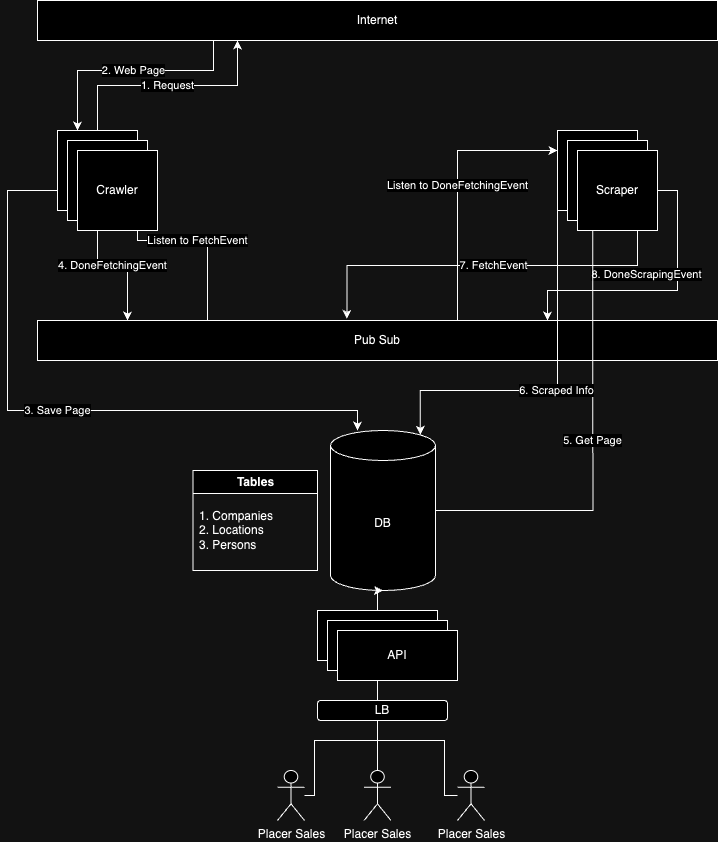
Earlier version of the draw.io export docs/edos.png (naphtul/edos-lead-generation). Source tidied: cells renumbered, new cells last; positions are measured from the earlier drawing's top-left corner, leaving out a move shared by most shapes. Source of this version:
```xml
<mxGraphModel>
  <root>
    <mxCell id="0" />
    <mxCell id="1" parent="0" />
    <mxCell id="2" value="DB" style="shape=cylinder3;whiteSpace=wrap;html=1;boundedLbl=1;backgroundOutline=1;size=15;" parent="1" vertex="1">
      <mxGeometry x="323" y="430" width="105" height="160" as="geometry" />
    </mxCell>
    <mxCell id="3" value="Listen to FetchEvent" style="edgeStyle=orthogonalEdgeStyle;rounded=0;jettySize=auto;html=1;exitX=0.25;exitY=0;exitDx=0;exitDy=0;entryX=1;entryY=1;entryDx=0;entryDy=0;" parent="1" edge="1" source="5" target="9">
      <mxGeometry relative="1" as="geometry">
        <Array as="points">
          <mxPoint x="200" y="240" />
          <mxPoint x="130" y="240" />
        </Array>
      </mxGeometry>
    </mxCell>
    <mxCell id="4" value="Listen to DoneFetchingEvent" style="edgeStyle=orthogonalEdgeStyle;rounded=0;jettySize=auto;html=1;" parent="1" edge="1" source="5" target="11">
      <mxGeometry relative="1" as="geometry">
        <Array as="points">
          <mxPoint x="450" y="150" />
        </Array>
      </mxGeometry>
    </mxCell>
    <mxCell id="5" value="Pub Sub" style="rounded=0;whiteSpace=wrap;html=1;" parent="1" vertex="1">
      <mxGeometry x="30" y="320" width="680" height="40" as="geometry" />
    </mxCell>
    <mxCell id="6" value="1. Request" style="edgeStyle=orthogonalEdgeStyle;rounded=0;jettySize=auto;html=1;" parent="1" edge="1" source="9" target="13">
      <mxGeometry relative="1" as="geometry">
        <Array as="points">
          <mxPoint x="90" y="85" />
          <mxPoint x="230" y="85" />
        </Array>
      </mxGeometry>
    </mxCell>
    <mxCell id="7" value="4. DoneFetchingEvent" style="edgeStyle=orthogonalEdgeStyle;rounded=0;jettySize=auto;html=1;" parent="1" edge="1" source="9" target="5">
      <mxGeometry relative="1" as="geometry">
        <Array as="points">
          <mxPoint x="90" y="265" />
          <mxPoint x="120" y="265" />
        </Array>
      </mxGeometry>
    </mxCell>
    <mxCell id="8" value="3. Save Page" style="edgeStyle=orthogonalEdgeStyle;rounded=0;jettySize=auto;html=1;exitX=0;exitY=0.75;exitDx=0;exitDy=0;" parent="1" edge="1" source="9" target="2">
      <mxGeometry relative="1" as="geometry">
        <Array as="points">
          <mxPoint y="190" />
          <mxPoint y="410" />
          <mxPoint x="350" y="410" />
        </Array>
      </mxGeometry>
    </mxCell>
    <mxCell id="9" value="Crawler" style="whiteSpace=wrap;html=1;" parent="1" vertex="1">
      <mxGeometry x="50" y="130" width="80" height="80" as="geometry" />
    </mxCell>
    <mxCell id="10" value="8. DoneScrapingEvent" style="edgeStyle=orthogonalEdgeStyle;rounded=0;jettySize=auto;html=1;exitX=1;exitY=0.75;exitDx=0;exitDy=0;entryX=0.75;entryY=0;entryDx=0;entryDy=0;" parent="1" edge="1" source="11" target="5">
      <mxGeometry x="0.14" y="-16" relative="1" as="geometry">
        <Array as="points">
          <mxPoint x="670" y="190" />
          <mxPoint x="670" y="290" />
          <mxPoint x="540" y="290" />
        </Array>
      </mxGeometry>
    </mxCell>
    <mxCell id="11" value="Scraper" style="whiteSpace=wrap;html=1;" parent="1" vertex="1">
      <mxGeometry x="550" y="130" width="80" height="80" as="geometry" />
    </mxCell>
    <mxCell id="12" value="2. Web Page" style="edgeStyle=orthogonalEdgeStyle;rounded=0;jettySize=auto;html=1;exitX=0.25;exitY=1;exitDx=0;exitDy=0;entryX=0.25;entryY=0;entryDx=0;entryDy=0;" parent="1" edge="1" source="13" target="9">
      <mxGeometry relative="1" as="geometry">
        <Array as="points">
          <mxPoint x="206" y="70" />
          <mxPoint x="70" y="70" />
        </Array>
      </mxGeometry>
    </mxCell>
    <mxCell id="13" value="Internet" style="rounded=0;whiteSpace=wrap;html=1;" parent="1" vertex="1">
      <mxGeometry x="30" width="680" height="40" as="geometry" />
    </mxCell>
    <mxCell id="14" value="5. Get Page" style="edgeStyle=orthogonalEdgeStyle;rounded=0;jettySize=auto;html=1;entryX=0.442;entryY=1.037;entryDx=0;entryDy=0;entryPerimeter=0;" parent="1" edge="1" source="2" target="11">
      <mxGeometry relative="1" as="geometry" />
    </mxCell>
    <mxCell id="15" value="7. FetchEvent" style="edgeStyle=orthogonalEdgeStyle;rounded=0;jettySize=auto;html=1;exitX=1;exitY=1;exitDx=0;exitDy=0;entryX=0.455;entryY=-0.042;entryDx=0;entryDy=0;entryPerimeter=0;" parent="1" edge="1" source="11" target="5">
      <mxGeometry relative="1" as="geometry" />
    </mxCell>
    <mxCell id="16" value="Tables" style="swimlane;whiteSpace=wrap;html=1;" parent="1" vertex="1">
      <mxGeometry x="185.5" y="470" width="124.5" height="100" as="geometry" />
    </mxCell>
    <mxCell id="17" value="1. Companies&lt;br&gt;2. Locations&lt;br&gt;3. Persons" style="text;html=1;align=left;verticalAlign=middle;strokeColor=none;fillColor=none;" parent="16" vertex="1">
      <mxGeometry x="4.5" y="30" width="100" height="60" as="geometry" />
    </mxCell>
    <mxCell id="18" value="API" style="rounded=0;whiteSpace=wrap;html=1;" parent="1" vertex="1">
      <mxGeometry x="310" y="610" width="120" height="50" as="geometry" />
    </mxCell>
    <mxCell id="19" style="edgeStyle=orthogonalEdgeStyle;rounded=0;jettySize=auto;html=1;entryX=0.5;entryY=1;entryDx=0;entryDy=0;entryPerimeter=0;" parent="1" edge="1" source="18" target="2">
      <mxGeometry relative="1" as="geometry" />
    </mxCell>
    <mxCell id="20" style="edgeStyle=orthogonalEdgeStyle;rounded=0;jettySize=auto;html=1;" parent="1" edge="1" source="21" target="18">
      <mxGeometry relative="1" as="geometry">
        <Array as="points">
          <mxPoint x="307" y="740" />
          <mxPoint x="370" y="740" />
        </Array>
      </mxGeometry>
    </mxCell>
    <mxCell id="21" value="Placer Sales" style="shape=umlActor;verticalLabelPosition=bottom;verticalAlign=top;html=1;outlineConnect=0;" parent="1" vertex="1">
      <mxGeometry x="270" y="770" width="27" height="50" as="geometry" />
    </mxCell>
    <mxCell id="22" style="edgeStyle=orthogonalEdgeStyle;rounded=0;jettySize=auto;html=1;" parent="1" edge="1" source="23" target="18">
      <mxGeometry relative="1" as="geometry" />
    </mxCell>
    <mxCell id="23" value="Placer Sales" style="shape=umlActor;verticalLabelPosition=bottom;verticalAlign=top;html=1;outlineConnect=0;" parent="1" vertex="1">
      <mxGeometry x="356.5" y="770" width="27" height="50" as="geometry" />
    </mxCell>
    <mxCell id="24" style="edgeStyle=orthogonalEdgeStyle;rounded=0;jettySize=auto;html=1;" parent="1" edge="1" source="25" target="18">
      <mxGeometry relative="1" as="geometry">
        <Array as="points">
          <mxPoint x="437" y="740" />
          <mxPoint x="370" y="740" />
        </Array>
      </mxGeometry>
    </mxCell>
    <mxCell id="25" value="Placer Sales" style="shape=umlActor;verticalLabelPosition=bottom;verticalAlign=top;html=1;outlineConnect=0;" parent="1" vertex="1">
      <mxGeometry x="450" y="770" width="27" height="50" as="geometry" />
    </mxCell>
    <mxCell id="26" value="API" style="rounded=0;whiteSpace=wrap;html=1;" parent="1" vertex="1">
      <mxGeometry x="320" y="620" width="120" height="50" as="geometry" />
    </mxCell>
    <mxCell id="27" value="API" style="rounded=0;whiteSpace=wrap;html=1;" parent="1" vertex="1">
      <mxGeometry x="330" y="630" width="120" height="50" as="geometry" />
    </mxCell>
    <mxCell id="28" value="LB" style="rounded=1;whiteSpace=wrap;html=1;" parent="1" vertex="1">
      <mxGeometry x="310" y="700" width="130" height="20" as="geometry" />
    </mxCell>
    <mxCell id="29" value="Scraper" style="whiteSpace=wrap;html=1;" parent="1" vertex="1">
      <mxGeometry x="560" y="140" width="80" height="80" as="geometry" />
    </mxCell>
    <mxCell id="30" value="Scraper" style="whiteSpace=wrap;html=1;" parent="1" vertex="1">
      <mxGeometry x="570" y="150" width="80" height="80" as="geometry" />
    </mxCell>
    <mxCell id="31" value="Crawler" style="whiteSpace=wrap;html=1;" parent="1" vertex="1">
      <mxGeometry x="60" y="140" width="80" height="80" as="geometry" />
    </mxCell>
    <mxCell id="32" value="Crawler" style="whiteSpace=wrap;html=1;" parent="1" vertex="1">
      <mxGeometry x="70" y="150" width="80" height="80" as="geometry" />
    </mxCell>
    <mxCell id="33" value="6. Scraped Info" style="edgeStyle=orthogonalEdgeStyle;rounded=0;jettySize=auto;html=1;exitX=0;exitY=1;exitDx=0;exitDy=0;entryX=0.855;entryY=0;entryDx=0;entryDy=4.35;entryPerimeter=0;" parent="1" edge="1" source="11" target="2">
      <mxGeometry relative="1" as="geometry">
        <Array as="points">
          <mxPoint x="550" y="390" />
          <mxPoint x="413" y="390" />
        </Array>
      </mxGeometry>
    </mxCell>
  </root>
</mxGraphModel>
```
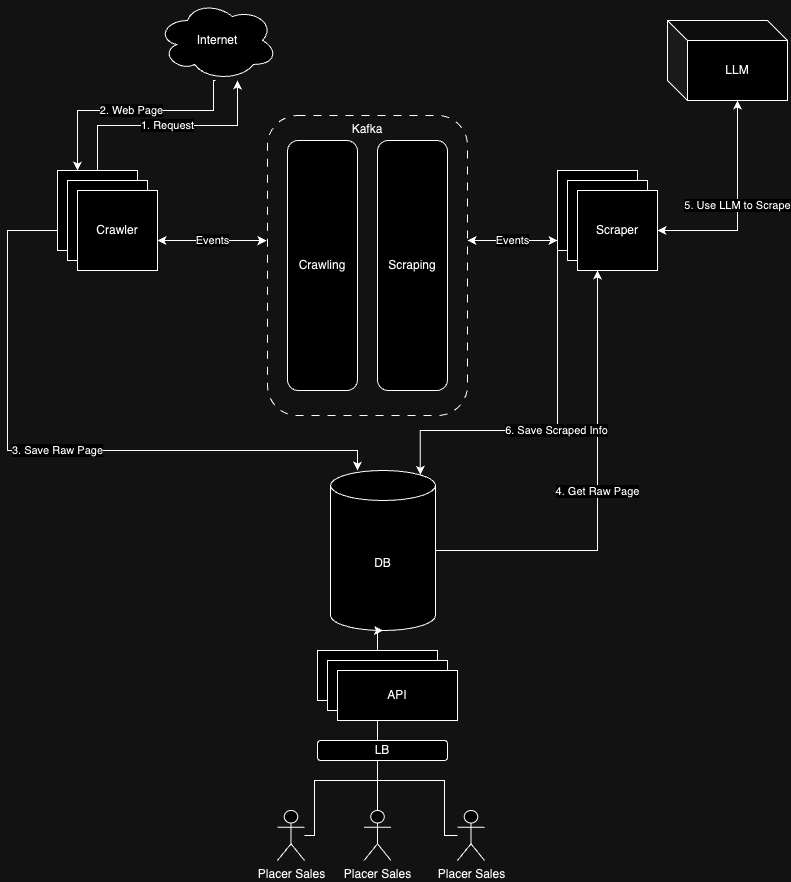
The same diagram one commit later.

The edit, as a diff of the source:
```diff
@@ -5,41 +5,19 @@
     <mxCell id="2" value="DB" style="shape=cylinder3;whiteSpace=wrap;html=1;boundedLbl=1;backgroundOutline=1;size=15;" parent="1" vertex="1">
       <mxGeometry x="323" y="430" width="105" height="160" as="geometry" />
     </mxCell>
-    <mxCell id="3" value="Listen to FetchEvent" style="edgeStyle=orthogonalEdgeStyle;rounded=0;jettySize=auto;html=1;exitX=0.25;exitY=0;exitDx=0;exitDy=0;entryX=1;entryY=1;entryDx=0;entryDy=0;" parent="1" edge="1" source="5" target="9">
-      <mxGeometry relative="1" as="geometry">
-        <Array as="points">
-          <mxPoint x="200" y="240" />
-          <mxPoint x="130" y="240" />
-        </Array>
-      </mxGeometry>
-    </mxCell>
-    <mxCell id="4" value="Listen to DoneFetchingEvent" style="edgeStyle=orthogonalEdgeStyle;rounded=0;jettySize=auto;html=1;" parent="1" edge="1" source="5" target="11">
-      <mxGeometry relative="1" as="geometry">
-        <Array as="points">
-          <mxPoint x="450" y="150" />
-        </Array>
-      </mxGeometry>
-    </mxCell>
-    <mxCell id="5" value="Pub Sub" style="rounded=0;whiteSpace=wrap;html=1;" parent="1" vertex="1">
-      <mxGeometry x="30" y="320" width="680" height="40" as="geometry" />
+    <mxCell id="5" value="Kafka" style="rounded=1;whiteSpace=wrap;html=1;dashed=1;dashPattern=8 8;gradientColor=none;fillColor=none;verticalAlign=top;" parent="1" vertex="1">
+      <mxGeometry x="260" y="75" width="200" height="300" as="geometry" />
     </mxCell>
-    <mxCell id="6" value="1. Request" style="edgeStyle=orthogonalEdgeStyle;rounded=0;jettySize=auto;html=1;" parent="1" edge="1" source="9" target="13">
+    <mxCell id="6" value="1. Request" style="edgeStyle=orthogonalEdgeStyle;rounded=0;jettySize=auto;html=1;" parent="1" edge="1" source="9">
       <mxGeometry relative="1" as="geometry">
+        <mxPoint x="230" y="40" as="targetPoint" />
         <Array as="points">
           <mxPoint x="90" y="85" />
           <mxPoint x="230" y="85" />
         </Array>
       </mxGeometry>
     </mxCell>
-    <mxCell id="7" value="4. DoneFetchingEvent" style="edgeStyle=orthogonalEdgeStyle;rounded=0;jettySize=auto;html=1;" parent="1" edge="1" source="9" target="5">
-      <mxGeometry relative="1" as="geometry">
-        <Array as="points">
-          <mxPoint x="90" y="265" />
-          <mxPoint x="120" y="265" />
-        </Array>
-      </mxGeometry>
-    </mxCell>
-    <mxCell id="8" value="3. Save Page" style="edgeStyle=orthogonalEdgeStyle;rounded=0;jettySize=auto;html=1;exitX=0;exitY=0.75;exitDx=0;exitDy=0;" parent="1" edge="1" source="9" target="2">
+    <mxCell id="8" value="3. Save Raw Page" style="edgeStyle=orthogonalEdgeStyle;rounded=0;jettySize=auto;html=1;exitX=0;exitY=0.75;exitDx=0;exitDy=0;" parent="1" edge="1" source="9" target="2">
       <mxGeometry relative="1" as="geometry">
         <Array as="points">
           <mxPoint y="190" />
@@ -51,41 +29,21 @@
     <mxCell id="9" value="Crawler" style="whiteSpace=wrap;html=1;" parent="1" vertex="1">
       <mxGeometry x="50" y="130" width="80" height="80" as="geometry" />
     </mxCell>
-    <mxCell id="10" value="8. DoneScrapingEvent" style="edgeStyle=orthogonalEdgeStyle;rounded=0;jettySize=auto;html=1;exitX=1;exitY=0.75;exitDx=0;exitDy=0;entryX=0.75;entryY=0;entryDx=0;entryDy=0;" parent="1" edge="1" source="11" target="5">
-      <mxGeometry x="0.14" y="-16" relative="1" as="geometry">
-        <Array as="points">
-          <mxPoint x="670" y="190" />
-          <mxPoint x="670" y="290" />
-          <mxPoint x="540" y="290" />
-        </Array>
-      </mxGeometry>
-    </mxCell>
     <mxCell id="11" value="Scraper" style="whiteSpace=wrap;html=1;" parent="1" vertex="1">
       <mxGeometry x="550" y="130" width="80" height="80" as="geometry" />
     </mxCell>
-    <mxCell id="12" value="2. Web Page" style="edgeStyle=orthogonalEdgeStyle;rounded=0;jettySize=auto;html=1;exitX=0.25;exitY=1;exitDx=0;exitDy=0;entryX=0.25;entryY=0;entryDx=0;entryDy=0;" parent="1" edge="1" source="13" target="9">
+    <mxCell id="12" value="2. Web Page" style="edgeStyle=orthogonalEdgeStyle;rounded=0;jettySize=auto;html=1;exitX=0.483;exitY=1;exitDx=0;exitDy=0;entryX=0.25;entryY=0;entryDx=0;entryDy=0;exitPerimeter=0;" parent="1" edge="1" source="13" target="9">
       <mxGeometry relative="1" as="geometry">
         <Array as="points">
+          <mxPoint x="206" y="40" />
           <mxPoint x="206" y="70" />
           <mxPoint x="70" y="70" />
         </Array>
       </mxGeometry>
     </mxCell>
-    <mxCell id="13" value="Internet" style="rounded=0;whiteSpace=wrap;html=1;" parent="1" vertex="1">
-      <mxGeometry x="30" width="680" height="40" as="geometry" />
-    </mxCell>
-    <mxCell id="14" value="5. Get Page" style="edgeStyle=orthogonalEdgeStyle;rounded=0;jettySize=auto;html=1;entryX=0.442;entryY=1.037;entryDx=0;entryDy=0;entryPerimeter=0;" parent="1" edge="1" source="2" target="11">
+    <mxCell id="14" value="4. Get Raw Page" style="edgeStyle=orthogonalEdgeStyle;rounded=0;jettySize=auto;html=1;entryX=0.25;entryY=1;entryDx=0;entryDy=0;" parent="1" edge="1" source="2" target="30">
       <mxGeometry relative="1" as="geometry" />
     </mxCell>
-    <mxCell id="15" value="7. FetchEvent" style="edgeStyle=orthogonalEdgeStyle;rounded=0;jettySize=auto;html=1;exitX=1;exitY=1;exitDx=0;exitDy=0;entryX=0.455;entryY=-0.042;entryDx=0;entryDy=0;entryPerimeter=0;" parent="1" edge="1" source="11" target="5">
-      <mxGeometry relative="1" as="geometry" />
-    </mxCell>
-    <mxCell id="16" value="Tables" style="swimlane;whiteSpace=wrap;html=1;" parent="1" vertex="1">
-      <mxGeometry x="185.5" y="470" width="124.5" height="100" as="geometry" />
-    </mxCell>
-    <mxCell id="17" value="1. Companies&lt;br&gt;2. Locations&lt;br&gt;3. Persons" style="text;html=1;align=left;verticalAlign=middle;strokeColor=none;fillColor=none;" parent="16" vertex="1">
-      <mxGeometry x="4.5" y="30" width="100" height="60" as="geometry" />
-    </mxCell>
     <mxCell id="18" value="API" style="rounded=0;whiteSpace=wrap;html=1;" parent="1" vertex="1">
       <mxGeometry x="310" y="610" width="120" height="50" as="geometry" />
     </mxCell>
@@ -141,7 +99,7 @@
     <mxCell id="32" value="Crawler" style="whiteSpace=wrap;html=1;" parent="1" vertex="1">
       <mxGeometry x="70" y="150" width="80" height="80" as="geometry" />
     </mxCell>
-    <mxCell id="33" value="6. Scraped Info" style="edgeStyle=orthogonalEdgeStyle;rounded=0;jettySize=auto;html=1;exitX=0;exitY=1;exitDx=0;exitDy=0;entryX=0.855;entryY=0;entryDx=0;entryDy=4.35;entryPerimeter=0;" parent="1" edge="1" source="11" target="2">
+    <mxCell id="33" value="6. Save Scraped Info" style="edgeStyle=orthogonalEdgeStyle;rounded=0;jettySize=auto;html=1;exitX=0;exitY=1;exitDx=0;exitDy=0;entryX=0.855;entryY=0;entryDx=0;entryDy=4.35;entryPerimeter=0;" parent="1" edge="1" source="11" target="2">
       <mxGeometry relative="1" as="geometry">
         <Array as="points">
           <mxPoint x="550" y="390" />
@@ -149,5 +107,31 @@
         </Array>
       </mxGeometry>
     </mxCell>
+    <mxCell id="34" value="Crawling" style="rounded=1;whiteSpace=wrap;html=1;" parent="1" vertex="1">
+      <mxGeometry x="280" y="100" width="70" height="250" as="geometry" />
+    </mxCell>
+    <mxCell id="35" value="Scraping" style="rounded=1;whiteSpace=wrap;html=1;" parent="1" vertex="1">
+      <mxGeometry x="370" y="100" width="70" height="250" as="geometry" />
+    </mxCell>
+    <mxCell id="36" value="Events" style="endArrow=classic;startArrow=classic;html=1;rounded=0;entryX=-0.005;entryY=0.417;entryDx=0;entryDy=0;entryPerimeter=0;" parent="1" edge="1" target="5">
+      <mxGeometry relative="1" as="geometry">
+        <mxPoint x="150" y="200" as="sourcePoint" />
+      </mxGeometry>
+    </mxCell>
+    <mxCell id="37" value="Events" style="endArrow=classic;startArrow=classic;html=1;rounded=0;" parent="1" edge="1">
+      <mxGeometry relative="1" as="geometry">
+        <mxPoint x="460" y="200" as="sourcePoint" />
+        <mxPoint x="550" y="200" as="targetPoint" />
+      </mxGeometry>
+    </mxCell>
+    <mxCell id="13" value="Internet" style="ellipse;shape=cloud;whiteSpace=wrap;html=1;" parent="1" vertex="1">
+      <mxGeometry x="150" y="-40" width="120" height="80" as="geometry" />
+    </mxCell>
+    <mxCell id="38" value="LLM" style="shape=cube;whiteSpace=wrap;html=1;boundedLbl=1;backgroundOutline=1;darkOpacity=0.05;darkOpacity2=0.1;" parent="1" vertex="1">
+      <mxGeometry x="660" y="-20" width="120" height="80" as="geometry" />
+    </mxCell>
+    <mxCell id="39" value="5. Use LLM to Scrape" style="edgeStyle=orthogonalEdgeStyle;rounded=0;jettySize=auto;html=1;entryX=0;entryY=0;entryDx=70;entryDy=80;entryPerimeter=0;startArrow=classic;startFill=1;" parent="1" edge="1" source="30" target="38">
+      <mxGeometry relative="1" as="geometry" />
+    </mxCell>
   </root>
 </mxGraphModel>
```
